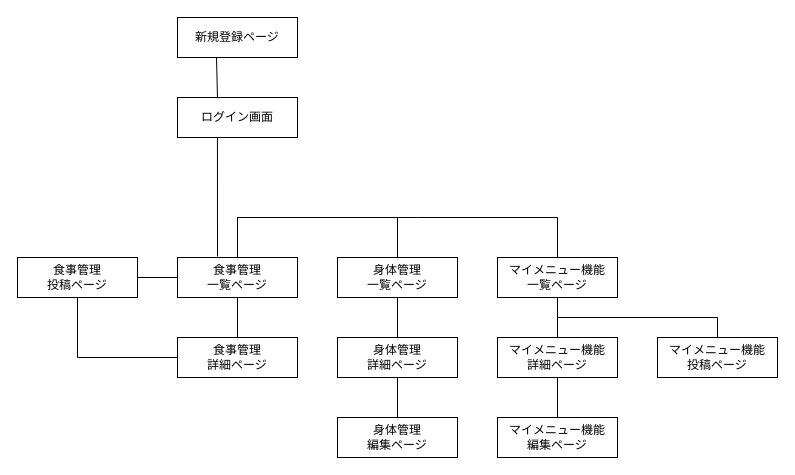
The draw.io diagram Draw.io/PageTransition.dio in YamAtsu16/DietApp, before the edit. Source tidied: cells renumbered, new cells numbered last; positions are measured from the earlier drawing's top-left corner, leaving out a move shared by most shapes. Both pictures are drawn from the tidied source at 100%, with x=0, y=0 at pixel (17, 17).
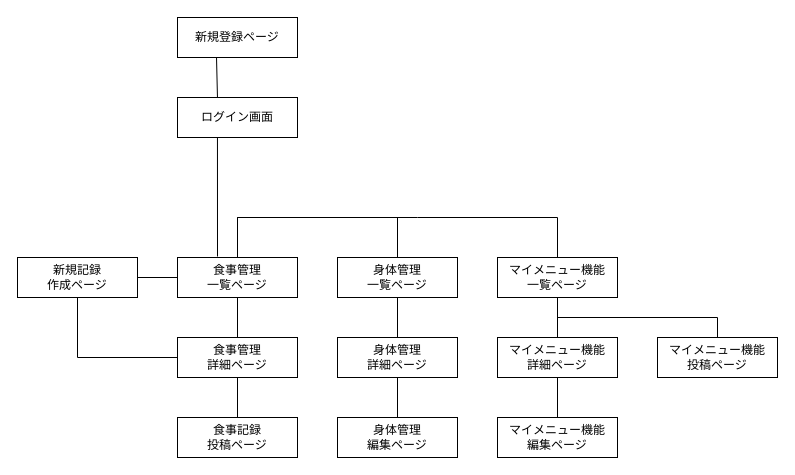
The same page after the edit.

Unchanged cells that the change refers to:
```xml
<mxCell id="10" value="食事管理&lt;br&gt;詳細ページ" style="whiteSpace=wrap;html=1;align=center;" parent="1" vertex="1">
  <mxGeometry x="160" y="320" width="120" height="40" as="geometry" />
</mxCell>
```

Change to the diagram source:
```diff
@@
-    <mxCell id="23" value="食事管理&lt;br&gt;投稿ページ" style="whiteSpace=wrap;html=1;align=center;" parent="1" vertex="1">
+    <mxCell id="23" value="新規記録&lt;br&gt;作成ページ" style="whiteSpace=wrap;html=1;align=center;" parent="1" vertex="1">
       <mxGeometry y="240" width="120" height="40" as="geometry" />
     </mxCell>
@@
+    <mxCell id="26" value="食事記録&lt;br&gt;投稿ページ" style="whiteSpace=wrap;html=1;align=center;" parent="1" vertex="1">
+      <mxGeometry x="160" y="400" width="120" height="40" as="geometry" />
+    </mxCell>
+    <mxCell id="27" style="endArrow=none;html=1;rounded=0;exitX=0.5;exitY=1;exitDx=0;exitDy=0;entryX=0.5;entryY=0;entryDx=0;entryDy=0;" parent="1" edge="1" source="10" target="26">
+      <mxGeometry relative="1" as="geometry" />
+    </mxCell>
```
